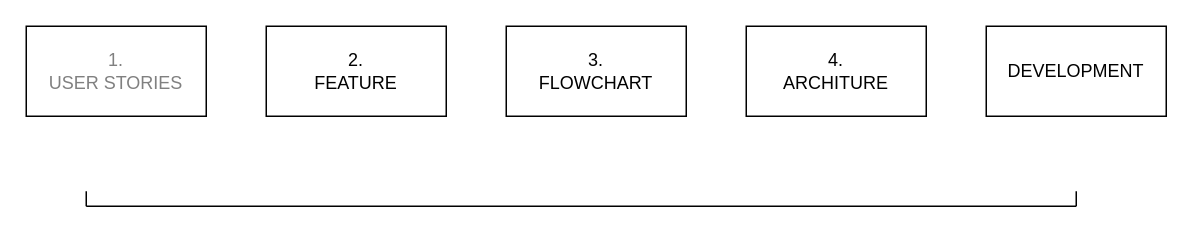
Above: EcommercewebsitePlanning/searchFunctionality/Untitled Diagram.drawio in Akul-sada/ecommerce-website-node (draw.io), before the change. Source tidied: cells renumbered, new cells numbered last; positions are measured from the earlier drawing's top-left corner, leaving out a move shared by most shapes. Both pictures are drawn from the tidied source at 150%, with x=0, y=0 at pixel (26, 26).
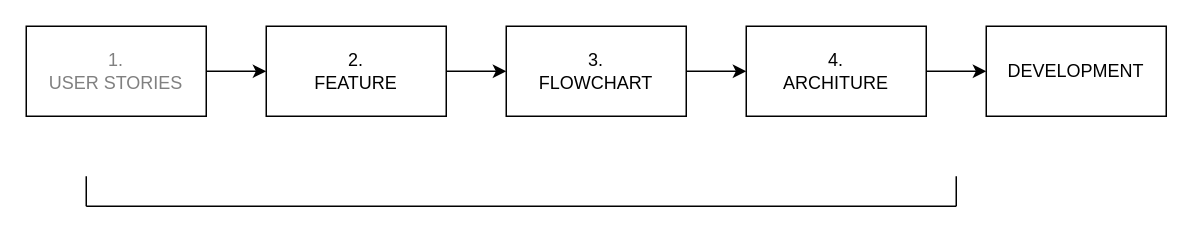
Above is the later version.

The edit, as a diff of the source:
```diff
@@
 <mxGraphModel>
   <root>
     <mxCell id="0" />
     <mxCell id="1" parent="0" />
+    <mxCell id="10" style="edgeStyle=orthogonalEdgeStyle;rounded=0;jettySize=auto;html=1;" parent="1" edge="1" source="2" target="3">
+      <mxGeometry relative="1" as="geometry" />
+    </mxCell>
     <mxCell id="2" value="1.&lt;br&gt;USER STORIES" style="rounded=0;whiteSpace=wrap;html=1;labelBackgroundColor=default;fontColor=#808080;" parent="1" vertex="1">
       <mxGeometry width="120" height="60" as="geometry" />
     </mxCell>
+    <mxCell id="11" style="edgeStyle=orthogonalEdgeStyle;rounded=0;jettySize=auto;html=1;" parent="1" edge="1" source="3" target="4">
+      <mxGeometry relative="1" as="geometry" />
+    </mxCell>
     <mxCell id="3" value="2.&lt;br&gt;FEATURE" style="rounded=0;whiteSpace=wrap;html=1;" parent="1" vertex="1">
       <mxGeometry x="160" width="120" height="60" as="geometry" />
     </mxCell>
+    <mxCell id="12" style="edgeStyle=orthogonalEdgeStyle;rounded=0;jettySize=auto;html=1;" parent="1" edge="1" source="4" target="5">
+      <mxGeometry relative="1" as="geometry" />
+    </mxCell>
     <mxCell id="4" value="3.&lt;br&gt;FLOWCHART" style="rounded=0;whiteSpace=wrap;html=1;" parent="1" vertex="1">
       <mxGeometry x="320" width="120" height="60" as="geometry" />
     </mxCell>
+    <mxCell id="13" style="edgeStyle=orthogonalEdgeStyle;rounded=0;jettySize=auto;html=1;" parent="1" edge="1" source="5" target="6">
+      <mxGeometry relative="1" as="geometry" />
+    </mxCell>
     <mxCell id="5" value="4.&lt;br&gt;ARCHITURE" style="rounded=0;whiteSpace=wrap;html=1;" parent="1" vertex="1">
       <mxGeometry x="480" width="120" height="60" as="geometry" />
     </mxCell>
     <mxCell id="6" value="DEVELOPMENT" style="rounded=0;whiteSpace=wrap;html=1;" parent="1" vertex="1">
       <mxGeometry x="640" width="120" height="60" as="geometry" />
     </mxCell>
     <mxCell id="7" style="endArrow=none;html=1;rounded=0;fontColor=#808080;" parent="1" edge="1">
       <mxGeometry relative="1" as="geometry">
         <mxPoint x="40" y="120" as="sourcePoint" />
-        <mxPoint x="700" y="120" as="targetPoint" />
+        <mxPoint x="620" y="120" as="targetPoint" />
       </mxGeometry>
     </mxCell>
     <mxCell id="8" style="endArrow=none;html=1;rounded=0;fontColor=#808080;" parent="1" edge="1">
       <mxGeometry relative="1" as="geometry">
         <mxPoint x="40" y="120" as="sourcePoint" />
-        <mxPoint x="40" y="110" as="targetPoint" />
+        <mxPoint x="40" y="100" as="targetPoint" />
       </mxGeometry>
     </mxCell>
-    <mxCell id="9" style="endArrow=none;html=1;rounded=0;fontColor=#808080;" parent="1" edge="1">
-      <mxGeometry relative="1" as="geometry">
-        <mxPoint x="700" y="120" as="sourcePoint" />
-        <mxPoint x="700" y="110" as="targetPoint" />
-      </mxGeometry>
-    </mxCell>
+    <mxCell id="14" style="endArrow=none;html=1;rounded=0;" parent="1" edge="1">
+      <mxGeometry relative="1" as="geometry">
+        <mxPoint x="620" y="120" as="sourcePoint" />
+        <mxPoint x="620" y="100" as="targetPoint" />
+      </mxGeometry>
+    </mxCell>
   </root>
 </mxGraphModel>
```
